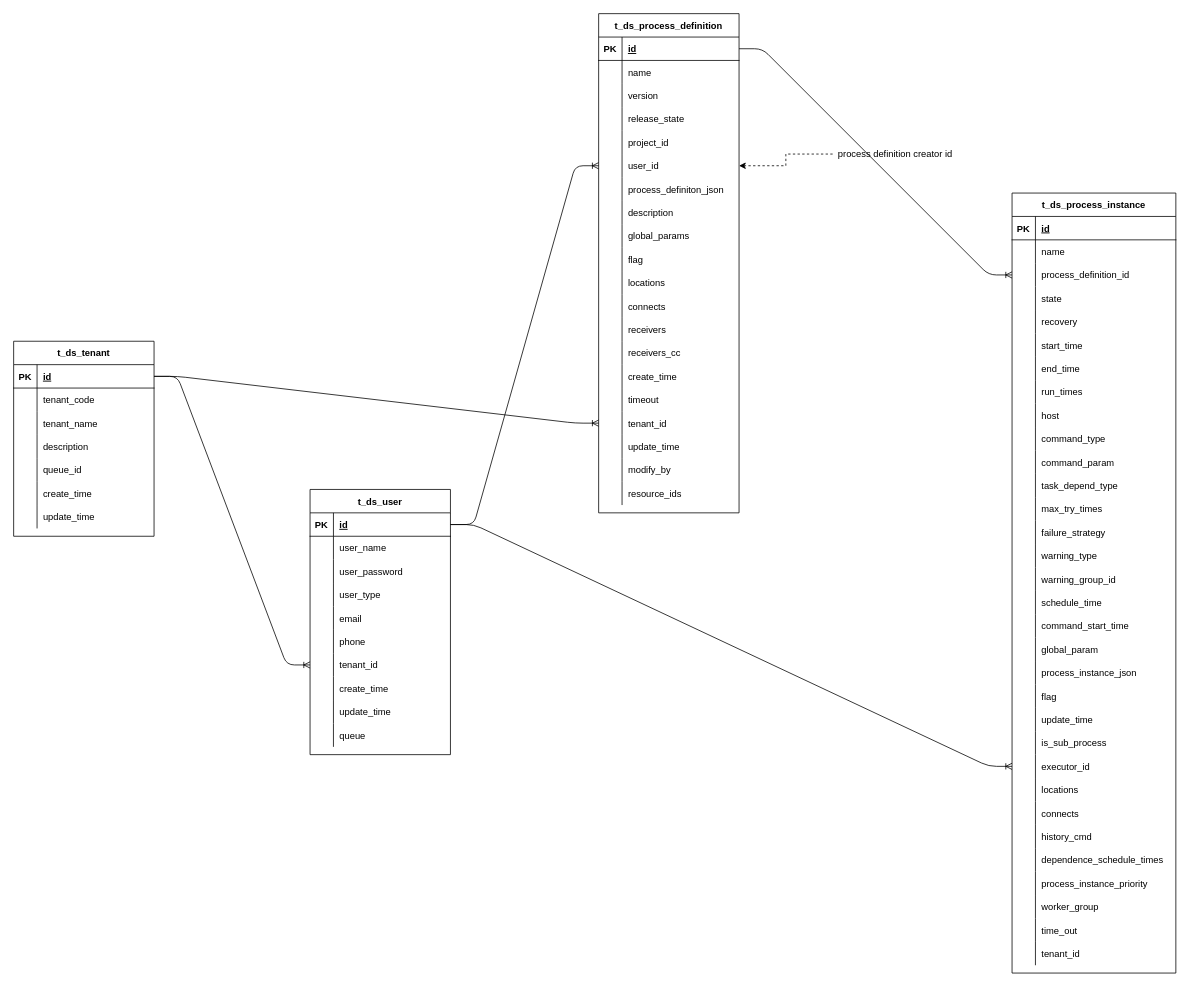
Before: etl/dolphinscheduler/1.3.3-release/drawio/entity_relationship.drawio in popany/notes, a draw.io diagram. Source tidied: cells renumbered, new cells numbered last; positions are measured from the earlier drawing's top-left corner, leaving out a move shared by most shapes. Both pictures are drawn from the tidied source at 78%, with x=0, y=0 at pixel (13, 13).
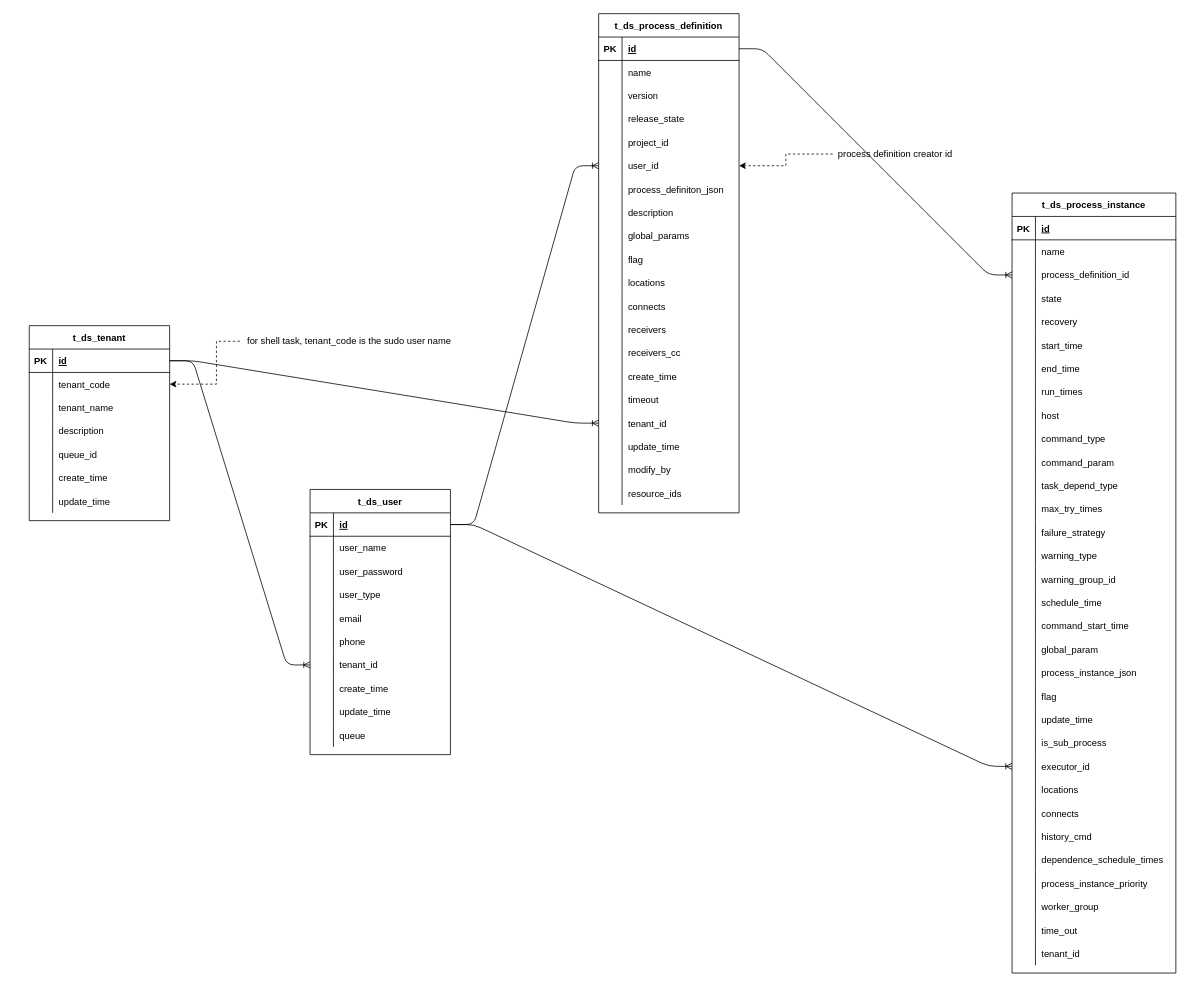
The same diagram, later.

The change refers to these unchanged cells:
```xml
<mxCell id="37" style="shape=partialRectangle;fillColor=none;top=0;left=0;bottom=0;right=0;points=[[0,0.5],[1,0.5]];portConstraint=eastwest;" parent="33" vertex="1">
  <mxGeometry y="60" width="180" height="30" as="geometry" />
</mxCell>
```

Diff of the diagram source:
```diff
@@
     <mxCell id="33" value="t_ds_tenant" style="shape=table;startSize=30;childLayout=tableLayout;rowLines=0;fontStyle=1;align=center;" parent="1" vertex="1">
-      <mxGeometry y="420" width="180" height="250" as="geometry" />
+      <mxGeometry x="20" y="400" width="180" height="250" as="geometry" />
     </mxCell>
@@
+    <mxCell id="220" style="edgeStyle=orthogonalEdgeStyle;rounded=0;jettySize=auto;html=1;dashed=1;entryX=1;entryY=0.5;entryDx=0;entryDy=0;" parent="1" edge="1" source="221" target="37">
+      <mxGeometry relative="1" as="geometry">
+        <Array as="points">
+          <mxPoint x="260" y="420" />
+          <mxPoint x="260" y="475" />
+        </Array>
+      </mxGeometry>
+    </mxCell>
+    <mxCell id="221" value="for shell task, tenant_code is the sudo user name" style="text;html=1;align=center;verticalAlign=middle;points=[];" parent="1" vertex="1">
+      <mxGeometry x="290" y="410" width="280" height="20" as="geometry" />
+    </mxCell>
```
